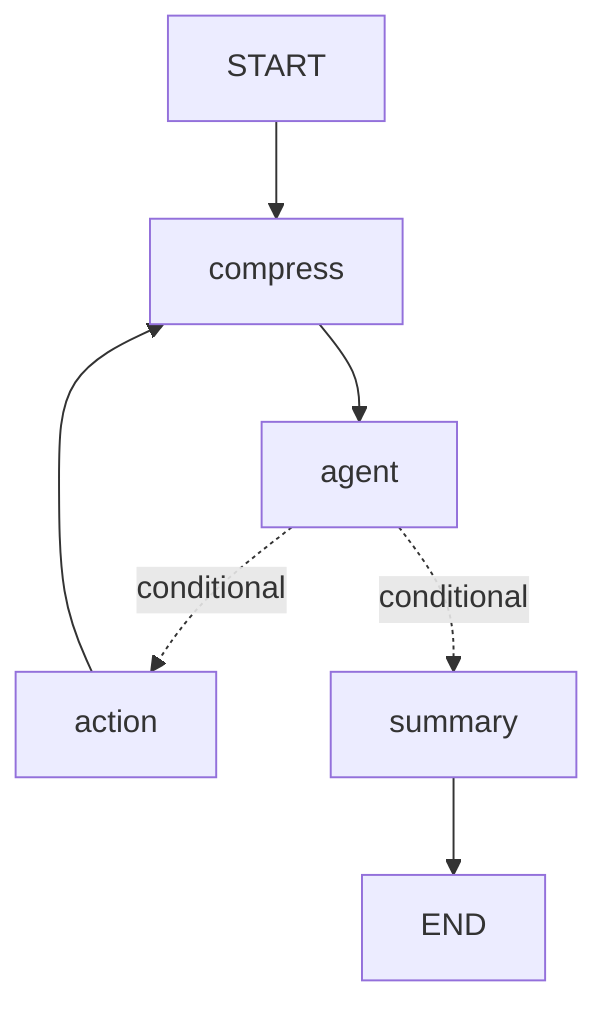
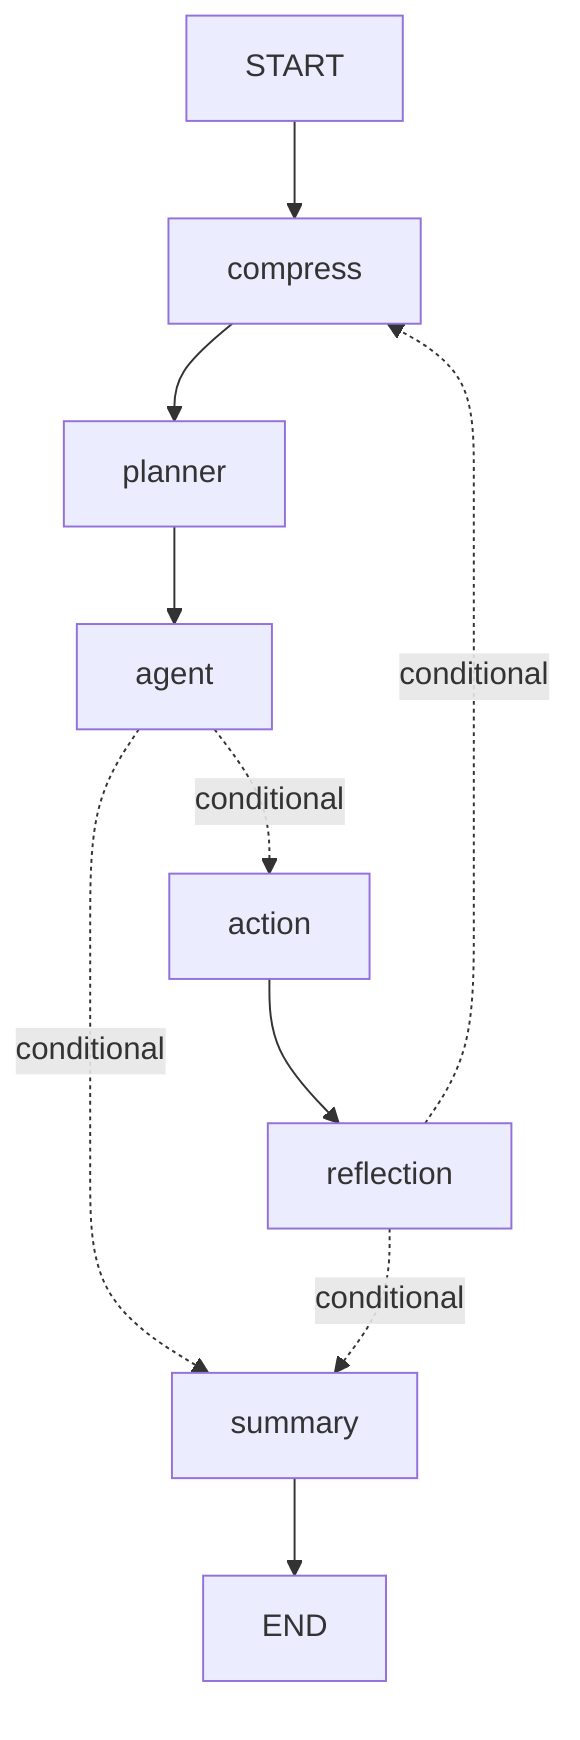
flowchart TD
    internal_start["START"]
    compress["compress"]
+     planner["planner"]
    agent["agent"]
    action["action"]
+     reflection["reflection"]
    summary["summary"]
    internal_end["END"]
    internal_start --> compress
-     action --> compress
+     action --> reflection
    agent -. "conditional" .-> action
    agent -. "conditional" .-> summary
-     compress --> agent
+     compress --> planner
+     planner --> agent
+     reflection -. "conditional" .-> compress
+     reflection -. "conditional" .-> summary
    summary --> internal_end
